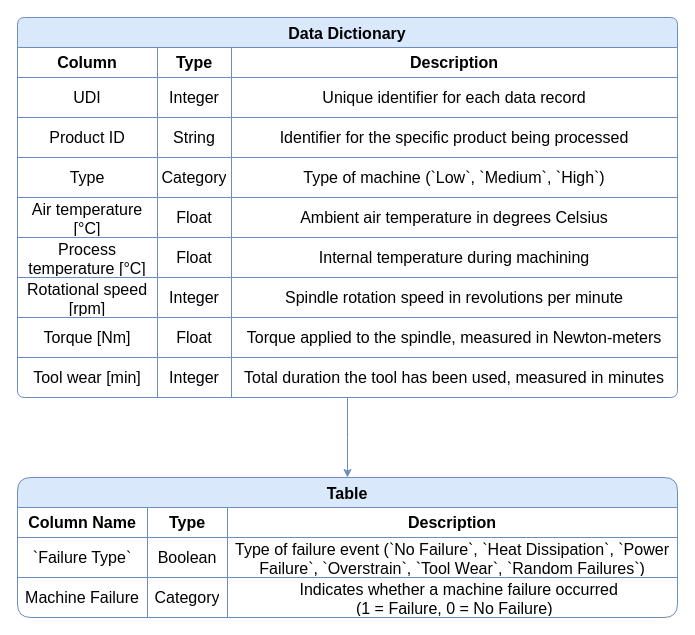
The draw.io diagram _EDA/ML PRED ERD.drawio in victoriaamarah/machine-failure-prediction, before the edit. Source tidied: cells renumbered, new cells numbered last; positions are measured from the earlier drawing's top-left corner, leaving out a move shared by most shapes. Both pictures are drawn from the tidied source at 100%, with x=0, y=0 at pixel (17, 17).
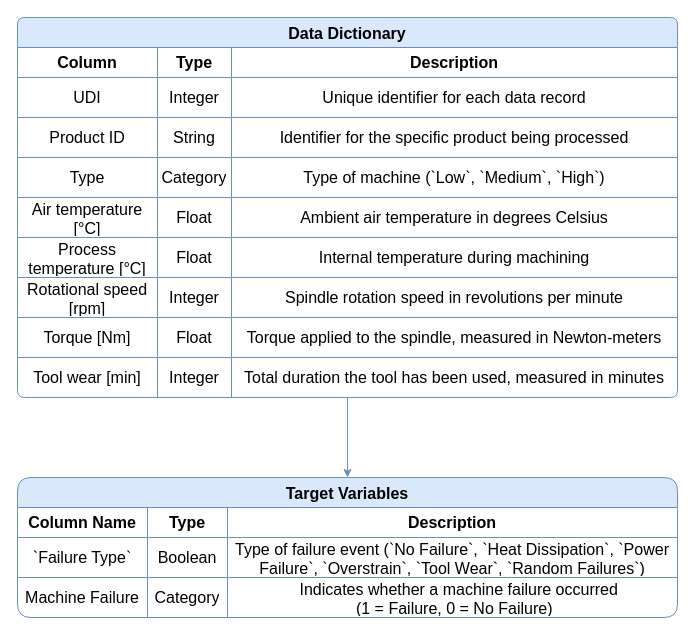
The same diagram, later.

Diff of the diagram source:
```diff
@@
-    <mxCell id="40" value="Table" style="shape=table;startSize=30;childLayout=tableLayout;strokeColor=#6c8ebf;fontSize=16;fillColor=#dae8fc;fontStyle=1;swimlaneFillColor=default;rounded=1;swimlaneLine=1;" parent="1" vertex="1">
+    <mxCell id="40" value="Target Variables" style="shape=table;startSize=30;childLayout=tableLayout;strokeColor=#6c8ebf;fontSize=16;fillColor=#dae8fc;fontStyle=1;swimlaneFillColor=default;rounded=1;swimlaneLine=1;" parent="1" vertex="1">
       <mxGeometry y="460" width="660" height="140" as="geometry" />
     </mxCell>
```
